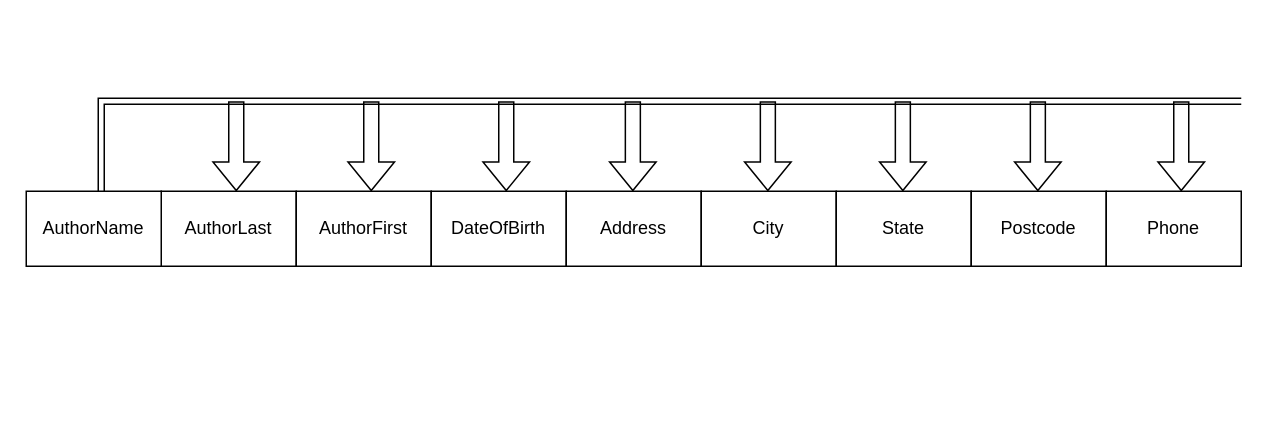
The draw.io diagram 关系依赖.drawio in hayden-pzhou/drawioChart, before the edit. Source tidied: cells renumbered, new cells numbered last; positions are measured from the earlier drawing's top-left corner, leaving out a move shared by most shapes. Both pictures are drawn from the tidied source at 150%, with x=0, y=0 at pixel (26, 100).
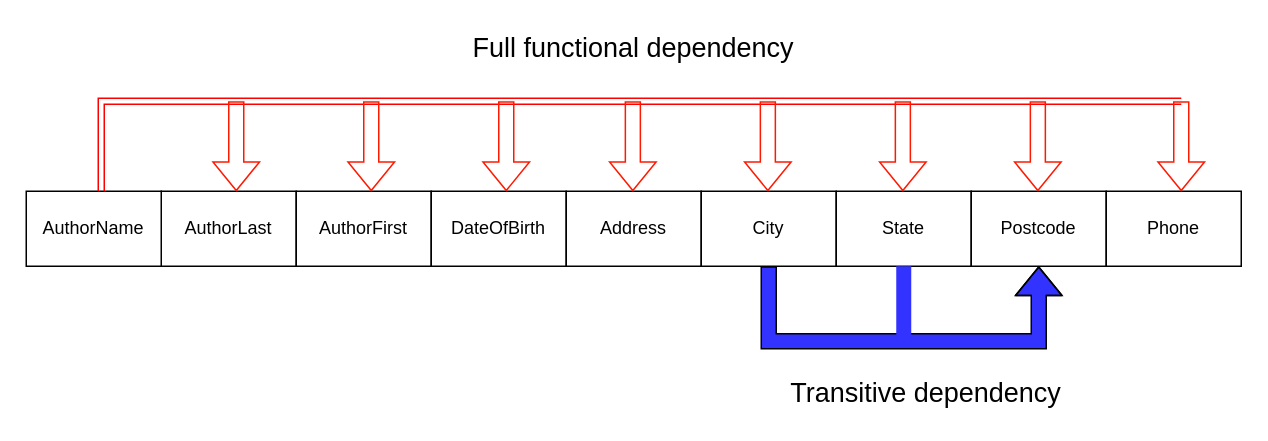
Above is the later version.

Commit message (it also covers changes not shown here):
更新关系依赖.drawio

Unchanged cells that the change refers to:
```xml
<mxCell id="6" value="City" style="rounded=0;whiteSpace=wrap;html=1;" parent="1" vertex="1">
  <mxGeometry x="450" y="60" width="90" height="50" as="geometry" />
</mxCell>
<mxCell id="8" value="Postcode" style="rounded=0;whiteSpace=wrap;html=1;" parent="1" vertex="1">
  <mxGeometry x="630" y="60" width="90" height="50" as="geometry" />
</mxCell>
```

Change to the diagram source:
```diff
@@
-    <mxCell id="11" style="endArrow=none;html=1;rounded=0;shape=link;" parent="1" edge="1">
+    <mxCell id="11" style="endArrow=none;html=1;rounded=0;shape=link;fillColor=#FF1900;strokeColor=#FF0000;" parent="1" edge="1">
       <mxGeometry relative="1" as="geometry">
         <mxPoint x="50" y="60" as="sourcePoint" />
-        <mxPoint x="810" as="targetPoint" />
+        <mxPoint x="770" as="targetPoint" />
         <Array as="points">
           <mxPoint x="50" />
         </Array>
       </mxGeometry>
     </mxCell>
-    <mxCell id="12" style="endArrow=classic;html=1;rounded=0;shape=flexArrow;" parent="1" edge="1">
+    <mxCell id="12" style="endArrow=classic;html=1;rounded=0;shape=flexArrow;strokeColor=#FF1900;" parent="1" edge="1">
       <mxGeometry relative="1" as="geometry">
         <mxPoint x="140" as="sourcePoint" />
         <mxPoint x="140" y="60" as="targetPoint" />
       </mxGeometry>
     </mxCell>
-    <mxCell id="13" style="endArrow=classic;html=1;rounded=0;shape=flexArrow;" parent="1" edge="1">
+    <mxCell id="13" style="endArrow=classic;html=1;rounded=0;shape=flexArrow;fillColor=none;strokeColor=#FF1900;" parent="1" edge="1">
       <mxGeometry relative="1" as="geometry">
         <mxPoint x="230" as="sourcePoint" />
         <mxPoint x="230" y="60" as="targetPoint" />
       </mxGeometry>
     </mxCell>
-    <mxCell id="14" style="endArrow=classic;html=1;rounded=0;shape=flexArrow;" parent="1" edge="1">
+    <mxCell id="14" style="endArrow=classic;html=1;rounded=0;shape=flexArrow;strokeColor=#FF1900;" parent="1" edge="1">
       <mxGeometry relative="1" as="geometry">
         <mxPoint x="320" as="sourcePoint" />
         <mxPoint x="320" y="60" as="targetPoint" />
       </mxGeometry>
     </mxCell>
-    <mxCell id="15" style="endArrow=classic;html=1;rounded=0;shape=flexArrow;" parent="1" edge="1">
+    <mxCell id="15" style="endArrow=classic;html=1;rounded=0;shape=flexArrow;strokeColor=#FF1900;" parent="1" edge="1">
       <mxGeometry relative="1" as="geometry">
         <mxPoint x="404.4" as="sourcePoint" />
         <mxPoint x="404.4" y="60" as="targetPoint" />
       </mxGeometry>
     </mxCell>
-    <mxCell id="16" style="endArrow=classic;html=1;rounded=0;shape=flexArrow;" parent="1" edge="1">
+    <mxCell id="16" style="endArrow=classic;html=1;rounded=0;shape=flexArrow;strokeColor=#FF1900;" parent="1" edge="1">
       <mxGeometry relative="1" as="geometry">
         <mxPoint x="494.4" as="sourcePoint" />
         <mxPoint x="494.4" y="60" as="targetPoint" />
       </mxGeometry>
     </mxCell>
-    <mxCell id="17" style="endArrow=classic;html=1;rounded=0;shape=flexArrow;" parent="1" edge="1">
+    <mxCell id="17" style="endArrow=classic;html=1;rounded=0;shape=flexArrow;strokeColor=#FF1900;" parent="1" edge="1">
       <mxGeometry relative="1" as="geometry">
         <mxPoint x="584.4" as="sourcePoint" />
         <mxPoint x="584.4" y="60" as="targetPoint" />
       </mxGeometry>
     </mxCell>
-    <mxCell id="18" style="endArrow=classic;html=1;rounded=0;shape=flexArrow;" parent="1" edge="1">
+    <mxCell id="18" style="endArrow=classic;html=1;rounded=0;shape=flexArrow;strokeColor=#FF1900;" parent="1" edge="1">
       <mxGeometry relative="1" as="geometry">
         <mxPoint x="674.4" as="sourcePoint" />
         <mxPoint x="674.4" y="60" as="targetPoint" />
       </mxGeometry>
     </mxCell>
-    <mxCell id="19" style="endArrow=classic;html=1;rounded=0;shape=flexArrow;" parent="1" edge="1">
+    <mxCell id="19" style="endArrow=classic;html=1;rounded=0;shape=flexArrow;strokeColor=#FF1900;" parent="1" edge="1">
       <mxGeometry relative="1" as="geometry">
         <mxPoint x="770" as="sourcePoint" />
         <mxPoint x="770" y="60" as="targetPoint" />
       </mxGeometry>
     </mxCell>
+    <mxCell id="20" style="endArrow=classic;html=1;rounded=0;shape=flexArrow;exitX=0.5;exitY=1;exitDx=0;exitDy=0;entryX=0.5;entryY=1;entryDx=0;entryDy=0;edgeStyle=elbowEdgeStyle;elbow=vertical;fillColor=#3333FF;" parent="1" edge="1" source="6" target="8">
+      <mxGeometry relative="1" as="geometry">
+        <Array as="points">
+          <mxPoint x="600" y="160" />
+        </Array>
+      </mxGeometry>
+    </mxCell>
+    <mxCell id="21" style="rounded=0;whiteSpace=wrap;html=1;fillColor=#3333FF;strokeColor=none;" parent="1" vertex="1">
+      <mxGeometry x="580" y="110" width="10" height="50" as="geometry" />
+    </mxCell>
+    <mxCell id="22" value="&lt;font style=&quot;font-size: 18px;&quot;&gt;Full functional dependency&lt;/font&gt;" style="text;strokeColor=none;align=center;fillColor=none;html=1;verticalAlign=middle;whiteSpace=wrap;rounded=0;" parent="1" vertex="1">
+      <mxGeometry x="295" y="-50" width="220" height="30" as="geometry" />
+    </mxCell>
+    <mxCell id="23" value="&lt;font style=&quot;font-size: 18px;&quot;&gt;Transitive dependency&lt;/font&gt;" style="text;strokeColor=none;align=center;fillColor=none;html=1;verticalAlign=middle;whiteSpace=wrap;rounded=0;" parent="1" vertex="1">
+      <mxGeometry x="490" y="180" width="220" height="30" as="geometry" />
+    </mxCell>
```
